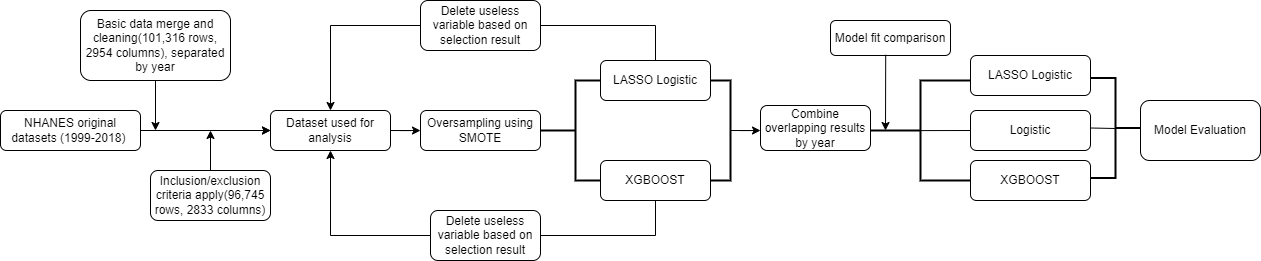
This is Results/Flowchart.drawio.png from xuetao666/625_Group5, a draw.io export, as it was before one commit. Source tidied: cells renumbered, new cells last; positions are measured from the earlier drawing's top-left corner, leaving out a move shared by most shapes.
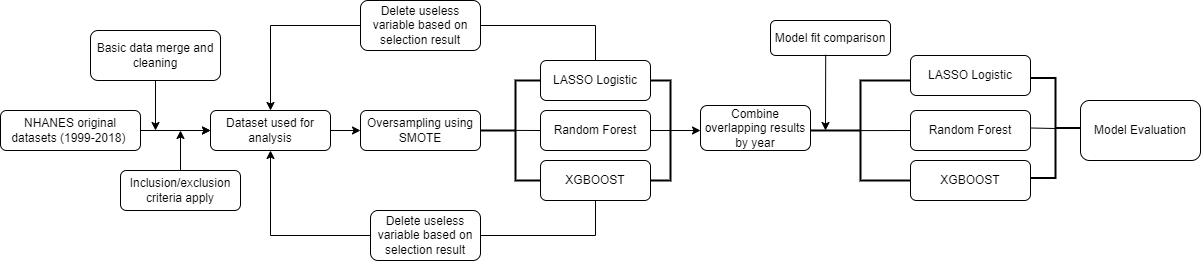
After the change.

Change to the diagram source:
```diff
@@ -9,15 +9,15 @@
       <mxGeometry relative="1" as="geometry" />
     </mxCell>
     <mxCell id="4" value="NHANES original datasets (1999-2018)&amp;nbsp;" style="rounded=1;whiteSpace=wrap;html=1;fontSize=12;glass=0;strokeWidth=1;shadow=0;" parent="1" vertex="1">
-      <mxGeometry y="110" width="140" height="40" as="geometry" />
+      <mxGeometry x="60" y="110" width="140" height="40" as="geometry" />
     </mxCell>
     <mxCell id="5" style="edgeStyle=orthogonalEdgeStyle;rounded=0;jettySize=auto;html=1;" parent="1" edge="1" source="6">
       <mxGeometry relative="1" as="geometry">
-        <mxPoint x="155" y="130" as="targetPoint" />
+        <mxPoint x="215" y="130" as="targetPoint" />
       </mxGeometry>
     </mxCell>
-    <mxCell id="6" value="Basic data merge and cleaning(101,316 rows, 2954 columns), separated by year" style="rounded=1;whiteSpace=wrap;html=1;" parent="1" vertex="1">
-      <mxGeometry x="80" y="10" width="150" height="70" as="geometry" />
+    <mxCell id="6" value="Basic data merge and cleaning" style="rounded=1;whiteSpace=wrap;html=1;" parent="1" vertex="1">
+      <mxGeometry x="150" y="30" width="130" height="50" as="geometry" />
     </mxCell>
     <mxCell id="7" style="edgeStyle=orthogonalEdgeStyle;rounded=0;jettySize=auto;html=1;" parent="1" edge="1" source="8" target="9">
       <mxGeometry relative="1" as="geometry" />
@@ -28,8 +28,8 @@
     <mxCell id="9" value="Oversampling using SMOTE" style="rounded=1;whiteSpace=wrap;html=1;fontSize=12;glass=0;strokeWidth=1;shadow=0;" parent="1" vertex="1">
       <mxGeometry x="420" y="110" width="120" height="40" as="geometry" />
     </mxCell>
-    <mxCell id="10" value="Inclusion/exclusion criteria apply(96,745 rows, 2833 columns)" style="rounded=1;whiteSpace=wrap;html=1;" parent="1" vertex="1">
-      <mxGeometry x="150" y="170" width="120" height="50" as="geometry" />
+    <mxCell id="10" value="Inclusion/exclusion criteria apply" style="rounded=1;whiteSpace=wrap;html=1;" parent="1" vertex="1">
+      <mxGeometry x="180" y="170" width="120" height="40" as="geometry" />
     </mxCell>
     <mxCell id="11" style="strokeWidth=2;html=1;shape=mxgraph.flowchart.annotation_2;align=left;labelPosition=right;" parent="1" vertex="1">
       <mxGeometry x="540" y="80" width="70" height="100" as="geometry" />
@@ -87,7 +87,7 @@
     </mxCell>
     <mxCell id="23" style="endArrow=classic;html=1;rounded=0;exitX=0.5;exitY=0;exitDx=0;exitDy=0;" parent="1" edge="1" source="10">
       <mxGeometry relative="1" as="geometry">
-        <mxPoint x="210" y="130" as="targetPoint" />
+        <mxPoint x="240" y="130" as="targetPoint" />
       </mxGeometry>
     </mxCell>
     <mxCell id="24" style="strokeWidth=2;html=1;shape=mxgraph.flowchart.annotation_2;align=left;labelPosition=right;" parent="1" vertex="1">
@@ -96,7 +96,7 @@
     <mxCell id="25" value="LASSO Logistic" style="rounded=1;whiteSpace=wrap;html=1;" parent="1" vertex="1">
       <mxGeometry x="970" y="55" width="120" height="40" as="geometry" />
     </mxCell>
-    <mxCell id="26" value="Logistic" style="rounded=1;whiteSpace=wrap;html=1;" parent="1" vertex="1">
+    <mxCell id="26" value="Random Forest" style="rounded=1;whiteSpace=wrap;html=1;" parent="1" vertex="1">
       <mxGeometry x="970" y="110" width="120" height="40" as="geometry" />
     </mxCell>
     <mxCell id="27" value="XGBOOST" style="rounded=1;whiteSpace=wrap;html=1;" parent="1" vertex="1">
@@ -124,5 +124,14 @@
     <mxCell id="33" value="Model Evaluation" style="rounded=1;whiteSpace=wrap;html=1;" parent="1" vertex="1">
       <mxGeometry x="1140" y="100" width="120" height="60" as="geometry" />
     </mxCell>
+    <mxCell id="34" value="Random Forest" style="rounded=1;whiteSpace=wrap;html=1;" parent="1" vertex="1">
+      <mxGeometry x="600" y="110" width="110" height="40" as="geometry" />
+    </mxCell>
+    <mxCell id="35" style="endArrow=none;html=1;rounded=0;exitX=0;exitY=0.5;exitDx=0;exitDy=0;entryX=0.478;entryY=0.499;entryDx=0;entryDy=0;entryPerimeter=0;" parent="1" edge="1" source="34" target="11">
+      <mxGeometry relative="1" as="geometry" />
+    </mxCell>
+    <mxCell id="36" style="endArrow=none;html=1;rounded=0;exitX=0;exitY=0.5;exitDx=0;exitDy=0;exitPerimeter=0;entryX=1;entryY=0.5;entryDx=0;entryDy=0;" parent="1" edge="1" source="15" target="34">
+      <mxGeometry relative="1" as="geometry" />
+    </mxCell>
   </root>
 </mxGraphModel>
```
